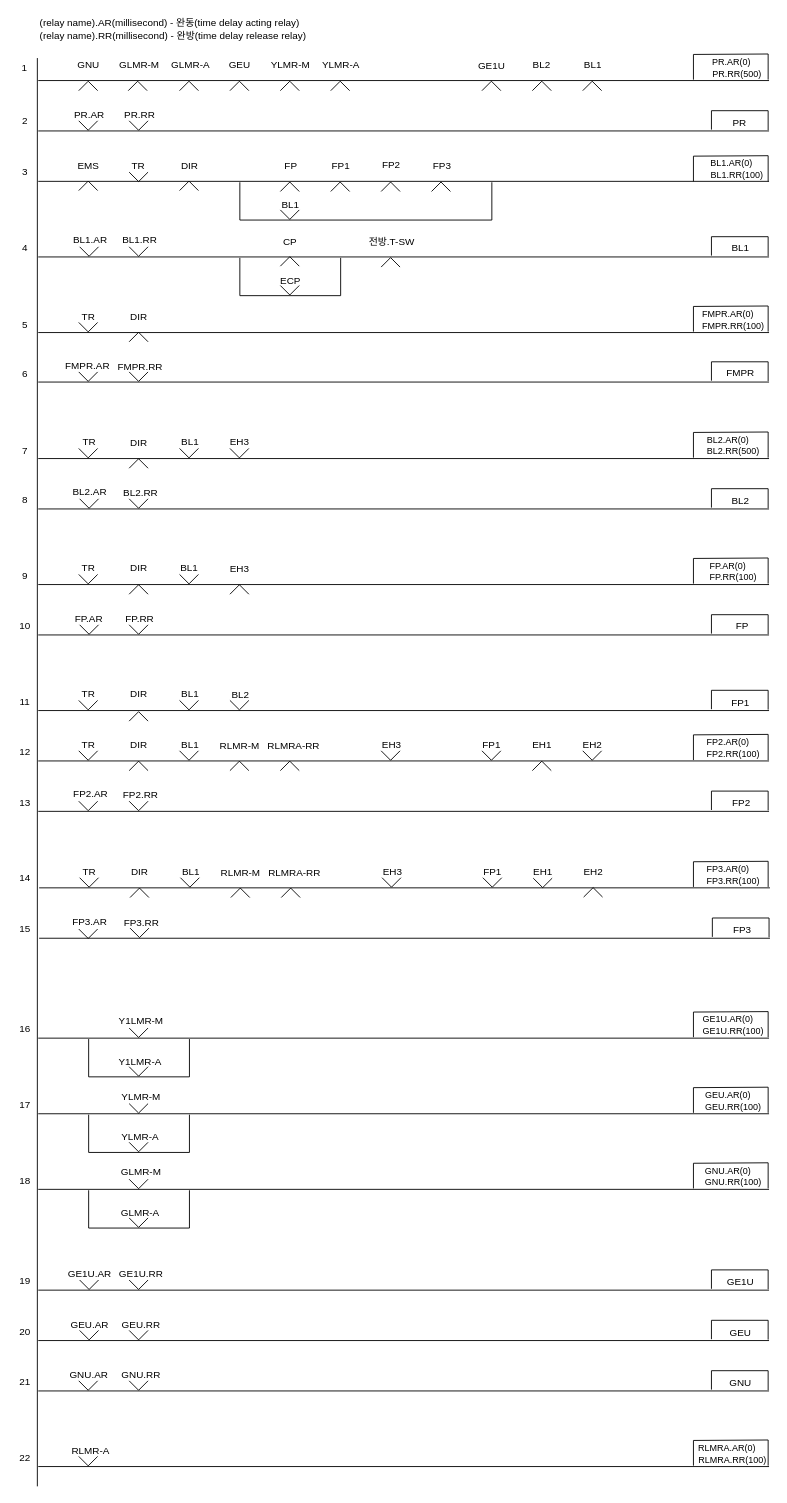
Above: page "신호제어로직2" (3 of 8) of Untitled Diagram.drawio in chillin2/MyDraw.io (draw.io), before the change. Source tidied: cells renumbered, new cells numbered last; positions are measured from the earlier drawing's top-left corner, leaving out a move shared by most shapes. Both pictures are drawn from the tidied source at 90%, with x=0, y=0 at pixel (15, 15).
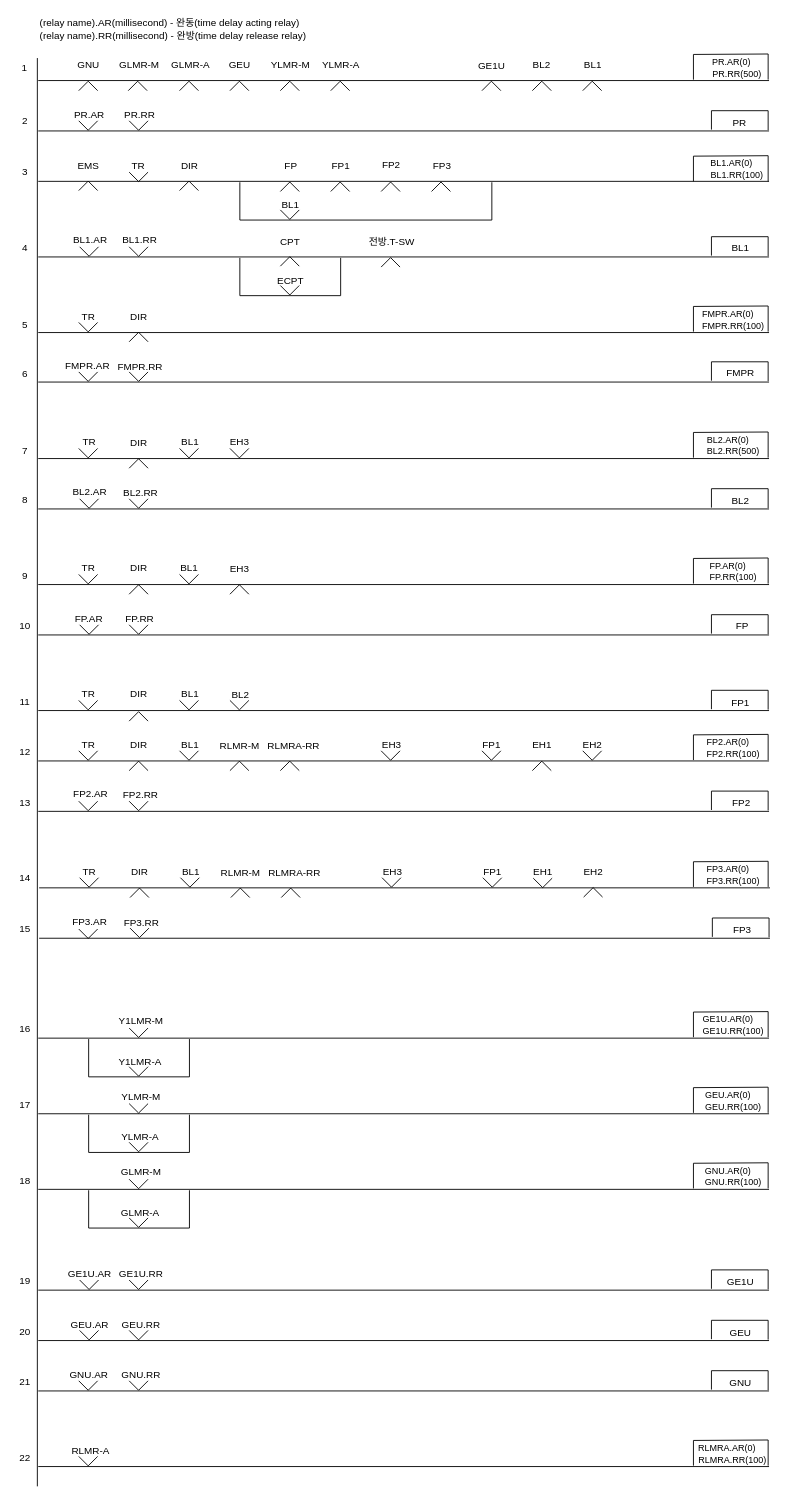
Above is the later version.

The edit, as a diff of the source:
```diff
@@
-    <mxCell id="26" value="CP" style="text;html=1;strokeColor=none;fillColor=none;align=center;verticalAlign=middle;whiteSpace=wrap;rounded=0;fontFamily=Helvetica;fontSize=11;fontColor=default;" parent="1" vertex="1">
+    <mxCell id="26" value="CPT" style="text;html=1;strokeColor=none;fillColor=none;align=center;verticalAlign=middle;whiteSpace=wrap;rounded=0;fontFamily=Helvetica;fontSize=11;fontColor=default;" parent="1" vertex="1">
       <mxGeometry x="285" y="244" width="40" height="14" as="geometry" />
     </mxCell>
@@
-    <mxCell id="30" value="ECP" style="text;html=1;strokeColor=none;fillColor=none;align=center;verticalAlign=middle;whiteSpace=wrap;rounded=0;fontFamily=Helvetica;fontSize=11;fontColor=default;" parent="1" vertex="1">
+    <mxCell id="30" value="ECPT" style="text;html=1;strokeColor=none;fillColor=none;align=center;verticalAlign=middle;whiteSpace=wrap;rounded=0;fontFamily=Helvetica;fontSize=11;fontColor=default;" parent="1" vertex="1">
       <mxGeometry x="282" y="288" width="47" height="12" as="geometry" />
     </mxCell>
```
